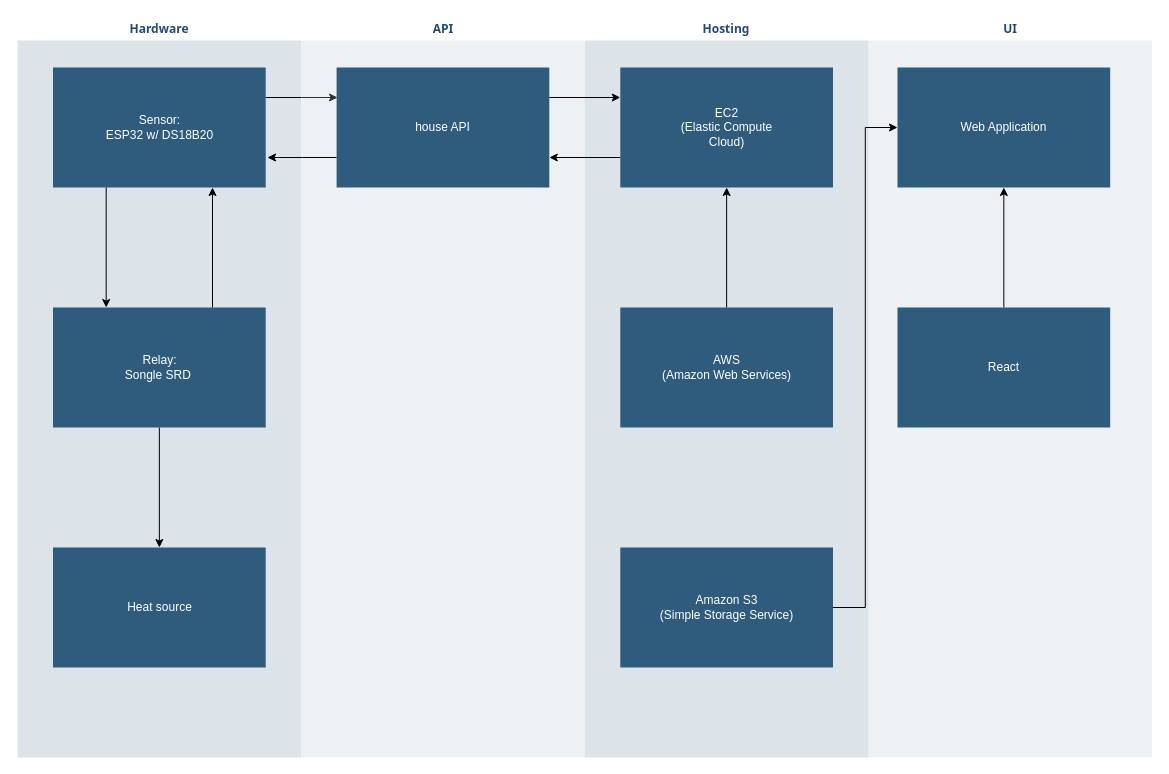
The draw.io diagram house_API.drawio in charlesporsbjer/sti-graph, before the edit. Source tidied: cells renumbered, new cells numbered last; positions are measured from the earlier drawing's top-left corner, leaving out a move shared by most shapes. Both pictures are drawn from the tidied source at 100%, with x=0, y=0 at pixel (17, 17).
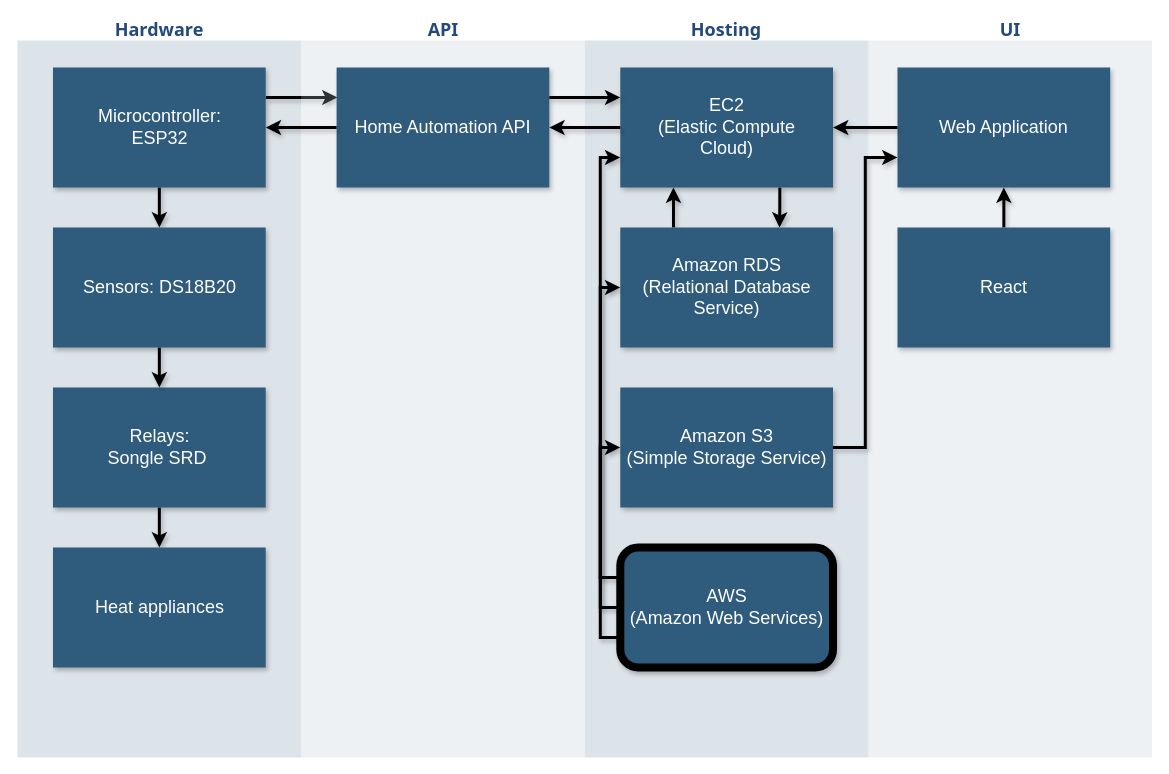
Above is the later version.

Change to the diagram source:
```diff
@@
-    <mxCell id="2" value="&lt;font color=&quot;#23497d&quot;&gt;Hardware&lt;/font&gt;" style="swimlane;whiteSpace=wrap;fillColor=none;swimlaneFillColor=#BAC8D3;fontColor=#2F5B7C;fontFamily=Tahoma;html=1;strokeColor=none;opacity=50;" parent="1" vertex="1">
+    <mxCell id="2" value="&lt;font style=&quot;font-size: 18px;&quot; color=&quot;#23497d&quot;&gt;Hardware&lt;/font&gt;" style="swimlane;whiteSpace=wrap;fillColor=none;swimlaneFillColor=#BAC8D3;fontColor=#2F5B7C;fontFamily=Tahoma;html=1;strokeColor=none;opacity=50;shadow=0;startSize=23;" parent="1" vertex="1">
       <mxGeometry width="283.6" height="740" as="geometry" />
     </mxCell>
-    <mxCell id="3" style="edgeStyle=orthogonalEdgeStyle;rounded=0;jettySize=auto;html=1;exitX=0.25;exitY=1;exitDx=0;exitDy=0;entryX=0.25;entryY=0;entryDx=0;entryDy=0;" parent="2" edge="1" source="5" target="8">
-      <mxGeometry relative="1" as="geometry" />
-    </mxCell>
-    <mxCell id="4" style="edgeStyle=orthogonalEdgeStyle;rounded=0;jettySize=auto;html=1;exitX=1;exitY=0.25;exitDx=0;exitDy=0;" parent="2" edge="1" source="5">
+    <mxCell id="4" style="edgeStyle=orthogonalEdgeStyle;rounded=0;jettySize=auto;html=1;exitX=1;exitY=0.25;exitDx=0;exitDy=0;shadow=1;curved=0;strokeWidth=3;jumpSize=6;flowAnimation=0;" parent="2" edge="1" source="5">
       <mxGeometry relative="1" as="geometry">
         <mxPoint x="320" y="80" as="targetPoint" />
       </mxGeometry>
     </mxCell>
+    <mxCell id="25" style="edgeStyle=orthogonalEdgeStyle;rounded=0;jettySize=auto;html=1;exitX=0.5;exitY=1;exitDx=0;exitDy=0;entryX=0.5;entryY=0;entryDx=0;entryDy=0;curved=0;strokeWidth=3;jumpSize=6;shadow=1;flowAnimation=0;" parent="2" edge="1" source="5" target="27">
+      <mxGeometry relative="1" as="geometry" />
+    </mxCell>
-    <mxCell id="5" value="Sensor:&lt;br&gt;ESP32 w/ DS18B20" style="whiteSpace=wrap;shadow=0;fontColor=#FFFFFF;fontFamily=Helvetica;fontStyle=0;html=1;fontSize=12;plain-purple;strokeColor=none;fillColor=#2f5b7c;gradientColor=none;spacing=6;verticalAlign=middle;" parent="2" vertex="1">
+    <mxCell id="5" value="&lt;font style=&quot;font-size: 18px;&quot;&gt;Microcontroller:&lt;br&gt;ESP32&lt;/font&gt;" style="whiteSpace=wrap;shadow=1;fontColor=#FFFFFF;fontFamily=Helvetica;fontStyle=0;html=1;fontSize=12;plain-purple;strokeColor=none;fillColor=#2f5b7c;gradientColor=none;spacing=6;verticalAlign=middle;" parent="2" vertex="1">
       <mxGeometry x="35.5" y="50" width="212.7" height="120" as="geometry" />
     </mxCell>
-    <mxCell id="6" style="edgeStyle=orthogonalEdgeStyle;rounded=0;jettySize=auto;html=1;exitX=0.5;exitY=1;exitDx=0;exitDy=0;entryX=0.5;entryY=0;entryDx=0;entryDy=0;" parent="2" edge="1" source="8" target="9">
+    <mxCell id="6" style="edgeStyle=orthogonalEdgeStyle;rounded=0;jettySize=auto;html=1;exitX=0.5;exitY=1;exitDx=0;exitDy=0;entryX=0.5;entryY=0;entryDx=0;entryDy=0;shadow=1;curved=0;strokeWidth=3;jumpSize=6;flowAnimation=0;" parent="2" edge="1" source="8" target="9">
       <mxGeometry relative="1" as="geometry" />
     </mxCell>
-    <mxCell id="7" style="edgeStyle=orthogonalEdgeStyle;rounded=0;jettySize=auto;html=1;exitX=0.75;exitY=0;exitDx=0;exitDy=0;entryX=0.75;entryY=1;entryDx=0;entryDy=0;" parent="2" edge="1" source="8" target="5">
-      <mxGeometry relative="1" as="geometry" />
-    </mxCell>
-    <mxCell id="8" value="Relay:&lt;br&gt;Songle SRD&amp;nbsp;" style="whiteSpace=wrap;strokeColor=none;fillColor=#2f5b7c;shadow=0;fontColor=#FFFFFF;fontFamily=Helvetica;fontStyle=0;html=1;fontSize=12;spacing=6;verticalAlign=middle;" parent="2" vertex="1">
-      <mxGeometry x="35.5" y="290" width="212.7" height="120" as="geometry" />
+    <mxCell id="8" value="&lt;font style=&quot;font-size: 18px;&quot;&gt;Relays:&lt;br&gt;Songle SRD&amp;nbsp;&lt;/font&gt;" style="whiteSpace=wrap;strokeColor=none;fillColor=#2f5b7c;shadow=1;fontColor=#FFFFFF;fontFamily=Helvetica;fontStyle=0;html=1;fontSize=12;spacing=6;verticalAlign=middle;" parent="2" vertex="1">
+      <mxGeometry x="35.5" y="370" width="212.7" height="120" as="geometry" />
     </mxCell>
-    <mxCell id="9" value="Heat source" style="whiteSpace=wrap;strokeColor=none;fillColor=#2f5b7c;shadow=0;fontColor=#FFFFFF;fontFamily=Helvetica;fontStyle=0;html=1;fontSize=12;spacing=6;verticalAlign=middle;" parent="2" vertex="1">
+    <mxCell id="9" value="&lt;font style=&quot;font-size: 18px;&quot;&gt;Heat appliances&lt;/font&gt;" style="whiteSpace=wrap;strokeColor=none;fillColor=#2f5b7c;shadow=1;fontColor=#FFFFFF;fontFamily=Helvetica;fontStyle=0;html=1;fontSize=12;spacing=6;verticalAlign=middle;" parent="2" vertex="1">
       <mxGeometry x="35.5" y="530" width="212.7" height="120" as="geometry" />
     </mxCell>
+    <mxCell id="26" style="edgeStyle=orthogonalEdgeStyle;rounded=0;jettySize=auto;html=1;exitX=0.5;exitY=1;exitDx=0;exitDy=0;entryX=0.5;entryY=0;entryDx=0;entryDy=0;curved=0;strokeWidth=3;jumpSize=6;shadow=1;flowAnimation=0;" parent="2" edge="1" source="27" target="8">
+      <mxGeometry relative="1" as="geometry" />
+    </mxCell>
+    <mxCell id="27" value="&lt;font style=&quot;font-size: 18px;&quot;&gt;Sensors: DS18B20&lt;/font&gt;" style="whiteSpace=wrap;shadow=1;fontColor=#FFFFFF;fontFamily=Helvetica;fontStyle=0;html=1;fontSize=12;plain-purple;strokeColor=none;fillColor=#2f5b7c;gradientColor=none;spacing=6;verticalAlign=middle;" parent="2" vertex="1">
+      <mxGeometry x="35.5" y="210" width="212.7" height="120" as="geometry" />
+    </mxCell>
-    <mxCell id="10" value="&lt;font color=&quot;#23497d&quot;&gt;API&lt;/font&gt;" style="swimlane;whiteSpace=wrap;fillColor=none;swimlaneFillColor=#BAC8D3;fontColor=#2F5B7C;fontFamily=Tahoma;html=1;strokeColor=none;opacity=25;startSize=23;" parent="1" vertex="1">
+    <mxCell id="10" value="&lt;font style=&quot;font-size: 18px;&quot; color=&quot;#23497d&quot;&gt;API&lt;/font&gt;" style="swimlane;whiteSpace=wrap;fillColor=none;swimlaneFillColor=#BAC8D3;fontColor=#2F5B7C;fontFamily=Tahoma;html=1;strokeColor=none;opacity=25;startSize=23;shadow=0;" parent="1" vertex="1">
       <mxGeometry x="283.6" width="283.6" height="740" as="geometry" />
     </mxCell>
-    <mxCell id="11" style="edgeStyle=orthogonalEdgeStyle;rounded=0;jettySize=auto;html=1;exitX=0;exitY=0.75;exitDx=0;exitDy=0;" parent="10" edge="1" source="12">
-      <mxGeometry relative="1" as="geometry">
-        <mxPoint x="-33.6" y="140" as="targetPoint" />
-      </mxGeometry>
-    </mxCell>
-    <mxCell id="12" value="house API" style="whiteSpace=wrap;shadow=0;fontColor=#FFFFFF;fontFamily=Helvetica;fontStyle=0;html=1;fontSize=12;plain-purple;strokeColor=none;fillColor=#2f5b7c;gradientColor=none;spacing=6;verticalAlign=middle;" parent="10" vertex="1">
+    <mxCell id="12" value="&lt;font style=&quot;font-size: 18px;&quot;&gt;Home Automation API&lt;/font&gt;" style="whiteSpace=wrap;shadow=1;fontColor=#FFFFFF;fontFamily=Helvetica;fontStyle=0;html=1;fontSize=12;plain-purple;strokeColor=none;fillColor=#2f5b7c;gradientColor=none;spacing=6;verticalAlign=middle;" parent="10" vertex="1">
       <mxGeometry x="35.5" y="50" width="212.7" height="120" as="geometry" />
     </mxCell>
-    <mxCell id="13" value="&lt;font color=&quot;#23497d&quot;&gt;Hosting&lt;/font&gt;" style="swimlane;whiteSpace=wrap;fillColor=none;swimlaneFillColor=#BAC8D3;fontColor=#2F5B7C;fontFamily=Tahoma;html=1;strokeColor=none;opacity=50;" parent="1" vertex="1">
+    <mxCell id="13" value="&lt;font style=&quot;font-size: 18px;&quot; color=&quot;#23497d&quot;&gt;Hosting&lt;/font&gt;" style="swimlane;whiteSpace=wrap;fillColor=none;swimlaneFillColor=#BAC8D3;fontColor=#2F5B7C;fontFamily=Tahoma;html=1;strokeColor=none;opacity=50;shadow=0;startSize=23;" parent="1" vertex="1">
       <mxGeometry x="567.3" width="283.6" height="740" as="geometry" />
     </mxCell>
+    <mxCell id="28" style="edgeStyle=orthogonalEdgeStyle;rounded=0;jettySize=auto;html=1;exitX=0.75;exitY=1;exitDx=0;exitDy=0;curved=0;strokeWidth=3;jumpSize=6;shadow=1;flowAnimation=0;" parent="13" edge="1" source="14">
+      <mxGeometry relative="1" as="geometry">
+        <mxPoint x="194.7" y="210" as="targetPoint" />
+      </mxGeometry>
+    </mxCell>
-    <mxCell id="14" value="EC2&lt;br&gt;(Elastic Compute&lt;br&gt;Cloud)" style="whiteSpace=wrap;strokeColor=none;fillColor=#2f5b7c;shadow=0;fontColor=#FFFFFF;fontFamily=Helvetica;fontStyle=0;html=1;fontSize=12;spacing=6;verticalAlign=middle;" parent="13" vertex="1">
+    <mxCell id="14" value="&lt;font style=&quot;font-size: 18px;&quot;&gt;EC2&lt;br&gt;(Elastic Compute&lt;br&gt;Cloud)&lt;/font&gt;" style="whiteSpace=wrap;strokeColor=none;fillColor=#2f5b7c;shadow=1;fontColor=#FFFFFF;fontFamily=Helvetica;fontStyle=0;html=1;fontSize=12;spacing=6;verticalAlign=middle;" parent="13" vertex="1">
       <mxGeometry x="35.5" y="50" width="212.7" height="120" as="geometry" />
     </mxCell>
+    <mxCell id="17" value="&lt;font style=&quot;font-size: 18px;&quot;&gt;Amazon S3&lt;br&gt;(Simple Storage Service)&lt;/font&gt;" style="whiteSpace=wrap;strokeColor=none;fillColor=#2f5b7c;shadow=1;fontColor=#FFFFFF;fontFamily=Helvetica;fontStyle=0;html=1;fontSize=12;spacing=6;verticalAlign=middle;" parent="13" vertex="1">
+      <mxGeometry x="35.5" y="370" width="212.7" height="120" as="geometry" />
+    </mxCell>
+    <mxCell id="29" style="edgeStyle=orthogonalEdgeStyle;rounded=0;jettySize=auto;html=1;exitX=0.25;exitY=0;exitDx=0;exitDy=0;entryX=0.25;entryY=1;entryDx=0;entryDy=0;curved=0;strokeWidth=3;jumpSize=6;shadow=1;flowAnimation=0;" parent="13" edge="1" source="30" target="14">
+      <mxGeometry relative="1" as="geometry" />
+    </mxCell>
+    <mxCell id="30" value="&lt;font style=&quot;font-size: 18px;&quot;&gt;Amazon RDS&lt;br&gt;(Relational Database Service)&lt;/font&gt;" style="whiteSpace=wrap;strokeColor=none;fillColor=#2f5b7c;shadow=1;fontColor=#FFFFFF;fontFamily=Helvetica;fontStyle=0;html=1;fontSize=12;spacing=6;verticalAlign=middle;" parent="13" vertex="1">
+      <mxGeometry x="35.5" y="210" width="212.7" height="120" as="geometry" />
+    </mxCell>
+    <mxCell id="31" style="edgeStyle=orthogonalEdgeStyle;rounded=0;jettySize=auto;html=1;exitX=0;exitY=0.25;exitDx=0;exitDy=0;entryX=0;entryY=0.5;entryDx=0;entryDy=0;curved=0;strokeWidth=3;jumpSize=6;shadow=1;flowAnimation=0;" parent="13" edge="1" source="16" target="30">
+      <mxGeometry relative="1" as="geometry" />
+    </mxCell>
-    <mxCell id="15" style="edgeStyle=orthogonalEdgeStyle;rounded=0;jettySize=auto;html=1;exitX=0.5;exitY=0;exitDx=0;exitDy=0;entryX=0.5;entryY=1;entryDx=0;entryDy=0;" parent="13" edge="1" source="16" target="14">
+    <mxCell id="15" style="edgeStyle=orthogonalEdgeStyle;rounded=0;jettySize=auto;html=1;exitX=0;exitY=0.75;exitDx=0;exitDy=0;entryX=0;entryY=0.75;entryDx=0;entryDy=0;curved=0;strokeWidth=3;jumpSize=6;shadow=1;flowAnimation=0;" parent="13" edge="1" source="16" target="14">
       <mxGeometry relative="1" as="geometry" />
     </mxCell>
+    <mxCell id="32" style="edgeStyle=orthogonalEdgeStyle;rounded=0;jettySize=auto;html=1;exitX=0;exitY=0.5;exitDx=0;exitDy=0;entryX=0;entryY=0.5;entryDx=0;entryDy=0;curved=0;strokeWidth=3;jumpSize=6;shadow=1;flowAnimation=0;" parent="13" edge="1" source="16" target="17">
+      <mxGeometry relative="1" as="geometry" />
+    </mxCell>
-    <mxCell id="16" value="AWS&lt;br&gt;(Amazon Web Services)" style="whiteSpace=wrap;strokeColor=none;fillColor=#2f5b7c;shadow=0;fontColor=#FFFFFF;fontFamily=Helvetica;fontStyle=0;html=1;fontSize=12;spacing=6;verticalAlign=middle;" parent="13" vertex="1">
-      <mxGeometry x="35.5" y="290" width="212.7" height="120" as="geometry" />
+    <mxCell id="16" value="&lt;font style=&quot;font-size: 18px;&quot;&gt;AWS&lt;br&gt;(Amazon Web Services)&lt;/font&gt;" style="whiteSpace=wrap;strokeColor=default;fillColor=#2f5b7c;shadow=1;fontColor=#FFFFFF;fontFamily=Helvetica;fontStyle=0;html=1;fontSize=12;spacing=6;verticalAlign=middle;rounded=1;gradientColor=none;glass=0;perimeterSpacing=0;strokeWidth=8;" parent="13" vertex="1">
+      <mxGeometry x="35.5" y="530" width="212.7" height="120" as="geometry" />
     </mxCell>
-    <mxCell id="17" value="Amazon S3&lt;br&gt;(Simple Storage Service)" style="whiteSpace=wrap;strokeColor=none;fillColor=#2f5b7c;shadow=0;fontColor=#FFFFFF;fontFamily=Helvetica;fontStyle=0;html=1;fontSize=12;spacing=6;verticalAlign=middle;" parent="13" vertex="1">
-      <mxGeometry x="35.5" y="530" width="212.7" height="120" as="geometry" />
-    </mxCell>
-    <mxCell id="18" value="&lt;font color=&quot;#23497d&quot;&gt;UI&lt;/font&gt;" style="swimlane;whiteSpace=wrap;fillColor=none;swimlaneFillColor=#BAC8D3;fontColor=#2F5B7C;fontFamily=Tahoma;html=1;strokeColor=none;opacity=25;" parent="1" vertex="1">
+    <mxCell id="18" value="&lt;font style=&quot;font-size: 18px;&quot; color=&quot;#23497d&quot;&gt;UI&lt;/font&gt;" style="swimlane;whiteSpace=wrap;fillColor=none;swimlaneFillColor=#BAC8D3;fontColor=#2F5B7C;fontFamily=Tahoma;html=1;strokeColor=none;opacity=25;shadow=0;startSize=23;" parent="1" vertex="1">
       <mxGeometry x="850.9" width="283.6" height="740" as="geometry" />
     </mxCell>
-    <mxCell id="19" value="Web Application" style="whiteSpace=wrap;strokeColor=none;fillColor=#2f5b7c;shadow=0;fontColor=#FFFFFF;fontFamily=Helvetica;fontStyle=0;html=1;fontSize=12;spacing=6;verticalAlign=middle;" parent="18" vertex="1">
+    <mxCell id="19" value="&lt;font style=&quot;font-size: 18px;&quot;&gt;Web Application&lt;/font&gt;" style="whiteSpace=wrap;strokeColor=none;fillColor=#2f5b7c;shadow=1;fontColor=#FFFFFF;fontFamily=Helvetica;fontStyle=0;html=1;fontSize=12;spacing=6;verticalAlign=middle;" parent="18" vertex="1">
       <mxGeometry x="29.1" y="50" width="212.7" height="120" as="geometry" />
     </mxCell>
-    <mxCell id="20" style="edgeStyle=orthogonalEdgeStyle;rounded=0;jettySize=auto;html=1;exitX=0.5;exitY=0;exitDx=0;exitDy=0;entryX=0.5;entryY=1;entryDx=0;entryDy=0;" parent="18" edge="1" source="21" target="19">
+    <mxCell id="20" style="edgeStyle=orthogonalEdgeStyle;rounded=0;jettySize=auto;html=1;exitX=0.5;exitY=0;exitDx=0;exitDy=0;entryX=0.5;entryY=1;entryDx=0;entryDy=0;shadow=1;curved=0;strokeWidth=3;jumpSize=6;flowAnimation=0;" parent="18" edge="1" source="21" target="19">
       <mxGeometry relative="1" as="geometry" />
     </mxCell>
-    <mxCell id="21" value="React" style="whiteSpace=wrap;strokeColor=none;fillColor=#2f5b7c;shadow=0;fontColor=#FFFFFF;fontFamily=Helvetica;fontStyle=0;html=1;fontSize=12;spacing=6;verticalAlign=middle;" parent="18" vertex="1">
-      <mxGeometry x="29.1" y="290" width="212.7" height="120" as="geometry" />
+    <mxCell id="21" value="&lt;font style=&quot;font-size: 18px;&quot;&gt;React&lt;/font&gt;" style="whiteSpace=wrap;strokeColor=none;fillColor=#2f5b7c;shadow=1;fontColor=#FFFFFF;fontFamily=Helvetica;fontStyle=0;html=1;fontSize=12;spacing=6;verticalAlign=middle;" parent="18" vertex="1">
+      <mxGeometry x="29.1" y="210" width="212.7" height="120" as="geometry" />
     </mxCell>
-    <mxCell id="22" style="edgeStyle=orthogonalEdgeStyle;rounded=0;jettySize=auto;html=1;exitX=1;exitY=0.25;exitDx=0;exitDy=0;entryX=0;entryY=0.25;entryDx=0;entryDy=0;" parent="1" edge="1" source="12" target="14">
+    <mxCell id="22" style="edgeStyle=orthogonalEdgeStyle;rounded=0;jettySize=auto;html=1;exitX=1;exitY=0.25;exitDx=0;exitDy=0;entryX=0;entryY=0.25;entryDx=0;entryDy=0;shadow=1;curved=0;strokeWidth=3;jumpSize=6;flowAnimation=0;" parent="1" edge="1" source="12" target="14">
       <mxGeometry relative="1" as="geometry" />
     </mxCell>
+    <mxCell id="33" style="edgeStyle=orthogonalEdgeStyle;rounded=0;jettySize=auto;html=1;exitX=0;exitY=0.5;exitDx=0;exitDy=0;entryX=1;entryY=0.5;entryDx=0;entryDy=0;curved=0;strokeWidth=3;jumpSize=6;shadow=1;flowAnimation=0;" parent="1" edge="1" source="19" target="14">
+      <mxGeometry relative="1" as="geometry" />
+    </mxCell>
+    <mxCell id="24" style="edgeStyle=orthogonalEdgeStyle;rounded=0;jettySize=auto;html=1;exitX=1;exitY=0.5;exitDx=0;exitDy=0;entryX=0;entryY=0.75;entryDx=0;entryDy=0;curved=0;strokeWidth=3;jumpSize=6;shadow=1;flowAnimation=0;" parent="1" edge="1" source="17" target="19">
+      <mxGeometry relative="1" as="geometry" />
+    </mxCell>
-    <mxCell id="23" style="edgeStyle=orthogonalEdgeStyle;rounded=0;jettySize=auto;html=1;exitX=0;exitY=0.75;exitDx=0;exitDy=0;entryX=1;entryY=0.75;entryDx=0;entryDy=0;" parent="1" edge="1" source="14" target="12">
+    <mxCell id="23" style="edgeStyle=orthogonalEdgeStyle;rounded=0;jettySize=auto;html=1;exitX=0;exitY=0.5;exitDx=0;exitDy=0;entryX=1;entryY=0.5;entryDx=0;entryDy=0;curved=0;strokeWidth=3;jumpSize=6;shadow=1;flowAnimation=0;" parent="1" edge="1" source="14" target="12">
       <mxGeometry relative="1" as="geometry" />
     </mxCell>
-    <mxCell id="24" style="edgeStyle=orthogonalEdgeStyle;rounded=0;jettySize=auto;html=1;exitX=1;exitY=0.5;exitDx=0;exitDy=0;entryX=0;entryY=0.5;entryDx=0;entryDy=0;" parent="1" edge="1" source="17" target="19">
-      <mxGeometry relative="1" as="geometry" />
-    </mxCell>
+    <mxCell id="34" style="edgeStyle=orthogonalEdgeStyle;rounded=0;jettySize=auto;html=1;exitX=0;exitY=0.5;exitDx=0;exitDy=0;curved=0;strokeWidth=3;jumpSize=6;shadow=1;flowAnimation=0;" parent="1" edge="1" source="12" target="5">
+      <mxGeometry relative="1" as="geometry" />
+    </mxCell>
```
